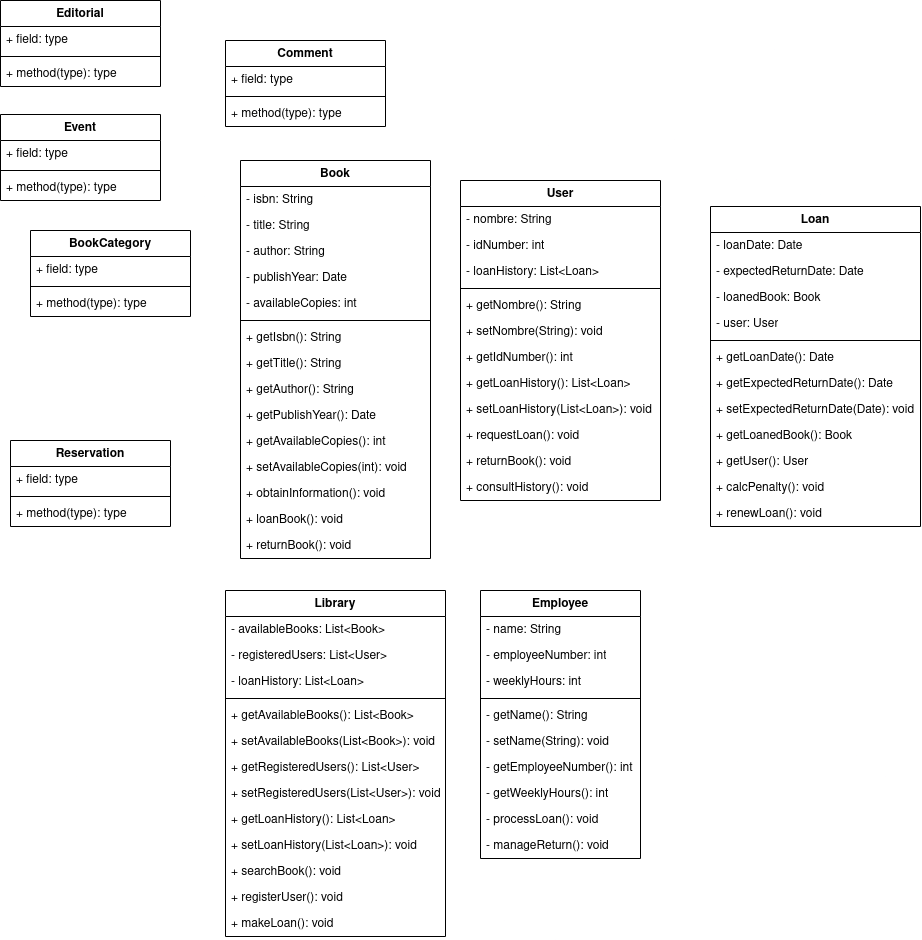
mackstm/ets keeps this draw.io diagram as proyecto/classdiagram/classdiagramlibrary.png. Above is the earlier version. Source tidied: cells renumbered, new cells last; positions are measured from the earlier drawing's top-left corner, leaving out a move shared by most shapes.
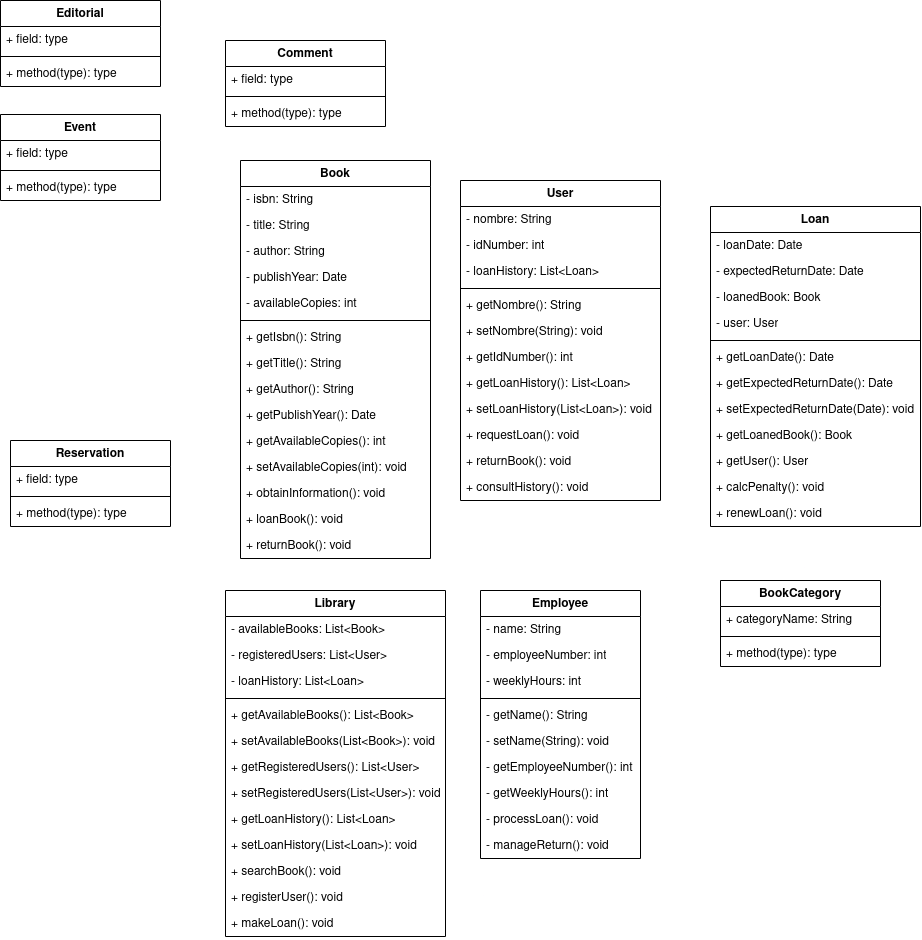
After the change.

Change to the diagram source:
```diff
@@ -189,9 +189,9 @@
       <mxGeometry y="242" width="160" height="26" as="geometry" />
     </mxCell>
     <mxCell id="64" value="BookCategory" style="swimlane;fontStyle=1;align=center;verticalAlign=top;horizontal=1;startSize=26;whiteSpace=wrap;html=1;" parent="1" vertex="1">
-      <mxGeometry x="30" y="230" width="160" height="86" as="geometry" />
+      <mxGeometry x="720" y="580" width="160" height="86" as="geometry" />
     </mxCell>
-    <mxCell id="65" value="+ field: type" style="text;strokeColor=none;fillColor=none;align=left;verticalAlign=top;spacingLeft=4;spacingRight=4;overflow=hidden;whiteSpace=wrap;html=1;" parent="64" vertex="1">
+    <mxCell id="65" value="+ categoryName: String" style="text;strokeColor=none;fillColor=none;align=left;verticalAlign=top;spacingLeft=4;spacingRight=4;overflow=hidden;whiteSpace=wrap;html=1;" parent="64" vertex="1">
       <mxGeometry y="26" width="160" height="26" as="geometry" />
     </mxCell>
     <mxCell id="66" style="line;strokeWidth=1;fillColor=none;align=left;verticalAlign=middle;spacingTop=-1;spacingLeft=3;spacingRight=3;labelPosition=right;strokeColor=inherit;" parent="64" vertex="1">
```
